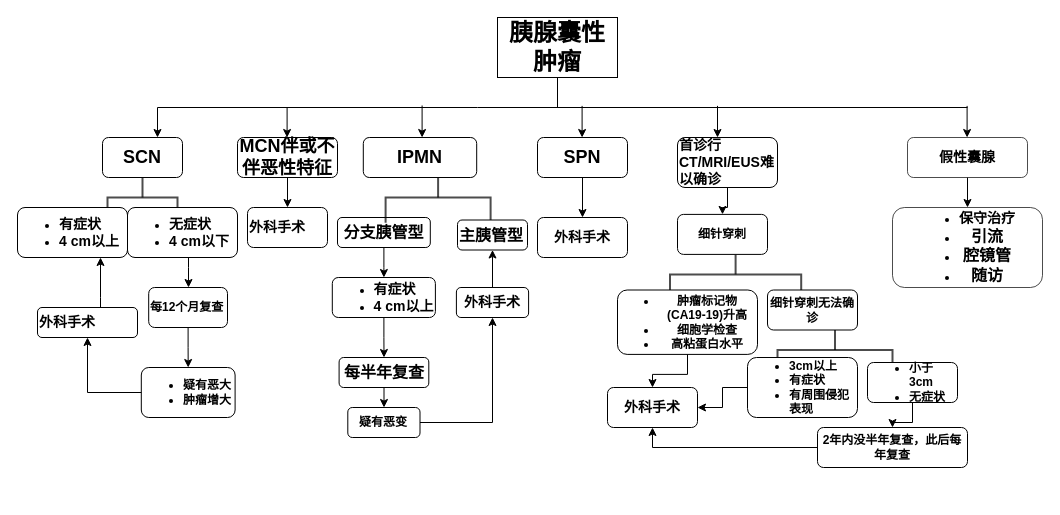
Earlier version of the draw.io diagram Untitled Diagram.drawio (Ericshiqing/Eric). Source tidied: cells renumbered, new cells numbered last; positions are measured from the earlier drawing's top-left corner, leaving out a move shared by most shapes. Both pictures are drawn from the tidied source at 100%, with x=0, y=0 at pixel (17, 17).
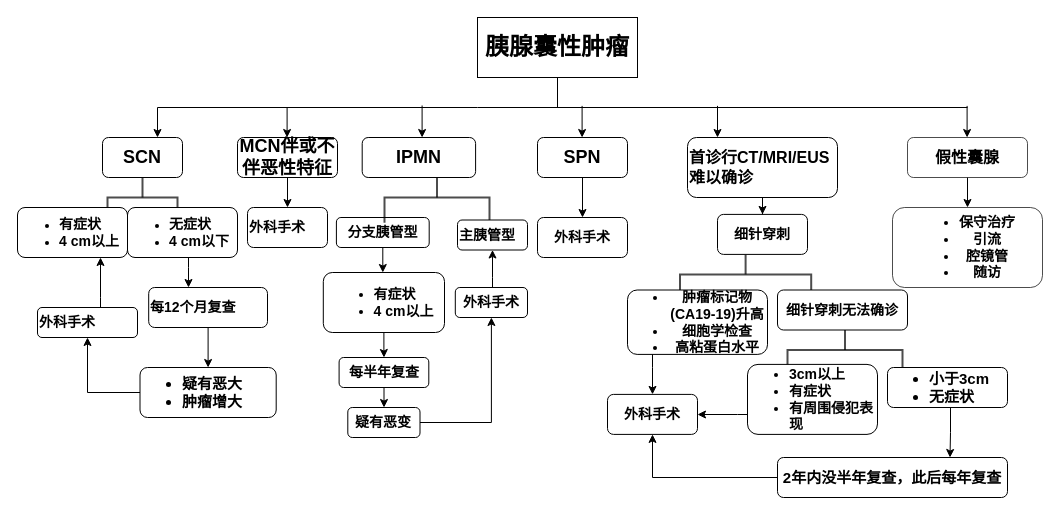
After the change.

The change refers to these unchanged cells:
```xml
<mxCell id="51" value="&lt;b style=&quot;font-size: 14px ; text-align: left&quot;&gt;外科手术&lt;/b&gt;" style="rounded=1;whiteSpace=wrap;html=1;" parent="42" vertex="1">
  <mxGeometry x="118.9" y="150" width="72.2" height="30" as="geometry" />
</mxCell>
<mxCell id="52" style="group;" parent="1" vertex="1">
  <mxGeometry x="520" y="120" width="90" height="120" as="geometry" />
</mxCell>
```

Change to the diagram source:
```diff
@@
     <mxCell id="3" value="&lt;font style=&quot;font-size: 24px&quot;&gt;&lt;b&gt;胰腺囊性肿瘤&lt;/b&gt;&lt;/font&gt;" style="rounded=0;whiteSpace=wrap;html=1;" parent="1" vertex="1">
-      <mxGeometry x="480" width="120" height="60" as="geometry" />
+      <mxGeometry x="460" width="160" height="60" as="geometry" />
     </mxCell>
@@
-    <mxCell id="6" value="&lt;b&gt;&lt;font style=&quot;font-size: 14px&quot;&gt;假性囊腺&lt;/font&gt;&lt;/b&gt;" style="rounded=1;whiteSpace=wrap;html=1;opacity=70;" parent="1" vertex="1">
+    <mxCell id="6" value="&lt;b&gt;&lt;font style=&quot;font-size: 16px&quot;&gt;假性囊腺&lt;/font&gt;&lt;/b&gt;" style="rounded=1;whiteSpace=wrap;html=1;opacity=70;" parent="1" vertex="1">
       <mxGeometry x="890" y="120" width="120" height="40" as="geometry" />
     </mxCell>
@@
-    <mxCell id="10" value="&lt;b&gt;&lt;font style=&quot;font-size: 14px&quot;&gt;首诊行CT/MRI/EUS难以确诊&lt;/font&gt;&lt;/b&gt;" style="rounded=1;whiteSpace=wrap;html=1;align=left;" parent="1" vertex="1">
-      <mxGeometry x="660" y="120" width="100" height="50" as="geometry" />
+    <mxCell id="10" value="&lt;b&gt;&lt;font style=&quot;font-size: 16px&quot;&gt;首诊行CT/MRI/EUS难以确诊&lt;/font&gt;&lt;/b&gt;" style="rounded=1;whiteSpace=wrap;html=1;align=left;" parent="1" vertex="1">
+      <mxGeometry x="670" y="120" width="150" height="60" as="geometry" />
     </mxCell>
@@
     <mxCell id="15" style="group;" parent="1" vertex="1">
-      <mxGeometry x="60" y="120" width="160" height="270" as="geometry" />
+      <mxGeometry x="60" y="120" width="200" height="280" as="geometry" />
     </mxCell>
@@
-    <mxCell id="19" value="&lt;b&gt;每12个月复查&lt;/b&gt;" style="rounded=1;whiteSpace=wrap;html=1;align=left;" parent="15" vertex="1">
-      <mxGeometry x="71.2" y="150" width="78.8" height="40" as="geometry" />
+    <mxCell id="19" value="&lt;b&gt;&lt;font style=&quot;font-size: 14px&quot;&gt;每12个月复查&lt;/font&gt;&lt;/b&gt;" style="rounded=1;whiteSpace=wrap;html=1;align=left;" parent="15" vertex="1">
+      <mxGeometry x="71.2" y="150" width="118.8" height="40" as="geometry" />
     </mxCell>
@@
-    <mxCell id="21" value="&lt;ul&gt;&lt;li&gt;&lt;b&gt;疑有恶大&lt;/b&gt;&lt;/li&gt;&lt;li&gt;&lt;b&gt;肿瘤增大&lt;/b&gt;&lt;/li&gt;&lt;/ul&gt;" style="rounded=1;whiteSpace=wrap;html=1;align=left;" parent="15" vertex="1">
-      <mxGeometry x="63.8" y="230" width="93.8" height="50" as="geometry" />
+    <mxCell id="21" value="&lt;ul style=&quot;font-size: 15px&quot;&gt;&lt;li&gt;&lt;b&gt;疑有恶大&lt;/b&gt;&lt;/li&gt;&lt;li&gt;&lt;b&gt;肿瘤增大&lt;/b&gt;&lt;/li&gt;&lt;/ul&gt;" style="rounded=1;whiteSpace=wrap;html=1;align=left;" parent="15" vertex="1">
+      <mxGeometry x="62.5" y="230" width="136.2" height="50" as="geometry" />
     </mxCell>
@@
     <mxCell id="25" style="group;" parent="1" vertex="1">
-      <mxGeometry x="660" y="196.9" width="180" height="193.1" as="geometry" />
+      <mxGeometry x="670" y="196.9" width="220" height="220" as="geometry" />
     </mxCell>
@@
-    <mxCell id="27" value="&lt;b&gt;细针穿刺&lt;/b&gt;" style="rounded=1;whiteSpace=wrap;html=1;" parent="25" vertex="1">
-      <mxGeometry width="90" height="40" as="geometry" />
+    <mxCell id="27" value="&lt;b&gt;&lt;font style=&quot;font-size: 14px&quot;&gt;细针穿刺&lt;/font&gt;&lt;/b&gt;" style="rounded=1;whiteSpace=wrap;html=1;" parent="25" vertex="1">
+      <mxGeometry x="30" width="90" height="40" as="geometry" />
     </mxCell>
-    <mxCell id="28" value="&lt;ul&gt;&lt;li&gt;&lt;b&gt;肿瘤标记物(CA19-19)升高&lt;/b&gt;&lt;/li&gt;&lt;li&gt;&lt;b&gt;细胞学检查&lt;/b&gt;&lt;/li&gt;&lt;li&gt;&lt;b&gt;高粘蛋白水平&lt;/b&gt;&lt;/li&gt;&lt;/ul&gt;" style="rounded=1;whiteSpace=wrap;html=1;" parent="25" vertex="1">
+    <mxCell id="28" value="&lt;ul style=&quot;font-size: 14px&quot;&gt;&lt;li&gt;&lt;b&gt;肿瘤标记物(CA19-19)升高&lt;/b&gt;&lt;/li&gt;&lt;li&gt;&lt;b&gt;细胞学检查&lt;/b&gt;&lt;/li&gt;&lt;li&gt;&lt;b&gt;高粘蛋白水平&lt;/b&gt;&lt;/li&gt;&lt;/ul&gt;" style="rounded=1;whiteSpace=wrap;html=1;" parent="25" vertex="1">
       <mxGeometry x="-60" y="75.6" width="140" height="64.4" as="geometry" />
     </mxCell>
     <mxCell id="29" style="group;" parent="25" vertex="1">
-      <mxGeometry x="90" y="75.6" width="90" height="117.5" as="geometry" />
+      <mxGeometry x="90" y="75.6" width="130" height="117.5" as="geometry" />
     </mxCell>
@@
-    <mxCell id="31" value="&lt;b&gt;细针穿刺无法确诊&lt;/b&gt;" style="rounded=1;whiteSpace=wrap;html=1;" parent="29" vertex="1">
-      <mxGeometry width="90" height="40" as="geometry" />
+    <mxCell id="31" value="&lt;b&gt;&lt;font style=&quot;font-size: 14px&quot;&gt;细针穿刺无法确诊&lt;/font&gt;&lt;/b&gt;" style="rounded=1;whiteSpace=wrap;html=1;" parent="29" vertex="1">
+      <mxGeometry width="130" height="40" as="geometry" />
     </mxCell>
+    <mxCell id="35" value="&lt;ul style=&quot;font-size: 14px&quot;&gt;&lt;li&gt;&lt;b&gt;3cm以上&lt;/b&gt;&lt;/li&gt;&lt;li&gt;&lt;b&gt;有症状&lt;/b&gt;&lt;/li&gt;&lt;li&gt;&lt;b&gt;有周围侵犯表现&lt;/b&gt;&lt;/li&gt;&lt;/ul&gt;" style="rounded=1;whiteSpace=wrap;html=1;align=left;" parent="25" vertex="1">
+      <mxGeometry x="60" y="150" width="130" height="70" as="geometry" />
+    </mxCell>
     <mxCell id="32" value="&lt;b style=&quot;font-size: 14px ; text-align: left&quot;&gt;外科手术&lt;/b&gt;" style="rounded=1;whiteSpace=wrap;html=1;" parent="1" vertex="1">
-      <mxGeometry x="590" y="370" width="90" height="40" as="geometry" />
+      <mxGeometry x="590" y="376.9" width="90" height="40" as="geometry" />
     </mxCell>
     <mxCell id="33" style="edgeStyle=orthogonalEdgeStyle;rounded=0;jettySize=auto;html=1;" parent="1" edge="1" source="28" target="32">
-      <mxGeometry relative="1" as="geometry" />
+      <mxGeometry relative="1" as="geometry">
+        <Array as="points">
+          <mxPoint x="635" y="350" />
+          <mxPoint x="635" y="350" />
+        </Array>
+      </mxGeometry>
     </mxCell>
     <mxCell id="34" style="edgeStyle=orthogonalEdgeStyle;rounded=0;jettySize=auto;html=1;" parent="1" edge="1" source="35" target="32">
-      <mxGeometry relative="1" as="geometry" />
+      <mxGeometry relative="1" as="geometry">
+        <Array as="points">
+          <mxPoint x="720" y="397" />
+          <mxPoint x="720" y="397" />
+        </Array>
+      </mxGeometry>
     </mxCell>
-    <mxCell id="35" value="&lt;ul&gt;&lt;li&gt;&lt;b&gt;3cm以上&lt;/b&gt;&lt;/li&gt;&lt;li&gt;&lt;b&gt;有症状&lt;/b&gt;&lt;/li&gt;&lt;li&gt;&lt;b&gt;有周围侵犯表现&lt;/b&gt;&lt;/li&gt;&lt;/ul&gt;" style="rounded=1;whiteSpace=wrap;html=1;align=left;" parent="1" vertex="1">
-      <mxGeometry x="730" y="340" width="110" height="60" as="geometry" />
-    </mxCell>
-    <mxCell id="36" style="edgeStyle=orthogonalEdgeStyle;rounded=0;jettySize=auto;html=1;" parent="1" edge="1" source="37" target="39">
-      <mxGeometry relative="1" as="geometry" />
+    <mxCell id="36" style="edgeStyle=orthogonalEdgeStyle;rounded=0;jettySize=auto;html=1;entryX=0.75;entryY=0;entryDx=0;entryDy=0;" parent="1" edge="1" source="37" target="39">
+      <mxGeometry relative="1" as="geometry">
+        <Array as="points">
+          <mxPoint x="933" y="415" />
+          <mxPoint x="933" y="415" />
+        </Array>
+      </mxGeometry>
     </mxCell>
-    <mxCell id="37" value="&lt;ul&gt;&lt;li&gt;&lt;b&gt;小于3cm&lt;/b&gt;&lt;/li&gt;&lt;li&gt;&lt;b&gt;无症状&lt;/b&gt;&lt;/li&gt;&lt;/ul&gt;" style="rounded=1;whiteSpace=wrap;html=1;align=left;" parent="1" vertex="1">
-      <mxGeometry x="850" y="345" width="90" height="40" as="geometry" />
+    <mxCell id="37" value="&lt;ul style=&quot;font-size: 15px&quot;&gt;&lt;li&gt;&lt;b&gt;小于3cm&lt;/b&gt;&lt;/li&gt;&lt;li&gt;&lt;b&gt;无症状&lt;/b&gt;&lt;/li&gt;&lt;/ul&gt;" style="rounded=1;whiteSpace=wrap;html=1;align=left;" parent="1" vertex="1">
+      <mxGeometry x="870" y="350" width="120" height="40" as="geometry" />
     </mxCell>
@@
-    <mxCell id="39" value="&lt;b&gt;2年内没半年复查，此后每年复查&lt;/b&gt;" style="rounded=1;whiteSpace=wrap;html=1;" parent="1" vertex="1">
-      <mxGeometry x="800" y="410" width="150" height="40" as="geometry" />
+    <mxCell id="39" value="&lt;b&gt;&lt;font style=&quot;font-size: 15px&quot;&gt;2年内没半年复查，此后每年复查&lt;/font&gt;&lt;/b&gt;" style="rounded=1;whiteSpace=wrap;html=1;" parent="1" vertex="1">
+      <mxGeometry x="760" y="440" width="230" height="40" as="geometry" />
     </mxCell>
@@
-    <mxCell id="41" value="&lt;ul&gt;&lt;li&gt;&lt;b&gt;&lt;font style=&quot;font-size: 14px&quot;&gt;保守治疗&lt;/font&gt;&lt;/b&gt;&lt;/li&gt;&lt;li&gt;&lt;b&gt;&lt;font size=&quot;3&quot;&gt;引流&lt;/font&gt;&lt;/b&gt;&lt;/li&gt;&lt;li&gt;&lt;b&gt;&lt;font size=&quot;3&quot;&gt;腔镜管&lt;/font&gt;&lt;/b&gt;&lt;/li&gt;&lt;li&gt;&lt;b&gt;&lt;font size=&quot;3&quot;&gt;随访&lt;/font&gt;&lt;/b&gt;&lt;/li&gt;&lt;/ul&gt;" style="rounded=1;whiteSpace=wrap;html=1;opacity=70;" parent="1" vertex="1">
+    <mxCell id="41" value="&lt;ul style=&quot;font-size: 14px&quot;&gt;&lt;li&gt;&lt;b&gt;&lt;font style=&quot;font-size: 14px&quot;&gt;保守治疗&lt;/font&gt;&lt;/b&gt;&lt;/li&gt;&lt;li&gt;&lt;b&gt;&lt;font style=&quot;font-size: 14px&quot;&gt;引流&lt;/font&gt;&lt;/b&gt;&lt;/li&gt;&lt;li&gt;&lt;b&gt;&lt;font style=&quot;font-size: 14px&quot;&gt;腔镜管&lt;/font&gt;&lt;/b&gt;&lt;/li&gt;&lt;li&gt;&lt;b&gt;&lt;font style=&quot;font-size: 14px&quot;&gt;随访&lt;/font&gt;&lt;/b&gt;&lt;/li&gt;&lt;/ul&gt;" style="rounded=1;whiteSpace=wrap;html=1;opacity=70;" parent="1" vertex="1">
       <mxGeometry x="875" y="190" width="150" height="80" as="geometry" />
     </mxCell>
     <mxCell id="42" style="group;" parent="1" vertex="1">
-      <mxGeometry x="320" y="120" width="191.1" height="260" as="geometry" />
+      <mxGeometry x="318.9" y="120" width="191.1" height="260" as="geometry" />
     </mxCell>
-    <mxCell id="43" value="&lt;font size=&quot;3&quot;&gt;&lt;b&gt;分支胰管型&lt;/b&gt;&lt;/font&gt;" style="rounded=1;whiteSpace=wrap;html=1;" parent="42" vertex="1">
+    <mxCell id="43" value="&lt;b&gt;&lt;font style=&quot;font-size: 14px&quot;&gt;分支胰管型&lt;/font&gt;&lt;/b&gt;" style="rounded=1;whiteSpace=wrap;html=1;" parent="42" vertex="1">
       <mxGeometry y="80" width="92.8" height="30" as="geometry" />
     </mxCell>
-    <mxCell id="44" value="&lt;ul style=&quot;text-align: left&quot;&gt;&lt;li&gt;&lt;font style=&quot;font-size: 14px&quot;&gt;&lt;b&gt;有症状&lt;/b&gt;&lt;/font&gt;&lt;/li&gt;&lt;li&gt;&lt;font style=&quot;font-size: 14px&quot;&gt;&lt;b&gt;4 cm以上&lt;/b&gt;&lt;/font&gt;&lt;/li&gt;&lt;/ul&gt;" style="rounded=1;whiteSpace=wrap;html=1;" parent="42" vertex="1">
-      <mxGeometry x="-5.2" y="140" width="103.1" height="40" as="geometry" />
+    <mxCell id="44" value="&lt;ul style=&quot;text-align: left ; font-size: 14px&quot;&gt;&lt;li&gt;&lt;font style=&quot;font-size: 14px&quot;&gt;&lt;b&gt;有症状&lt;/b&gt;&lt;/font&gt;&lt;/li&gt;&lt;li&gt;&lt;font style=&quot;font-size: 14px&quot;&gt;&lt;b&gt;4 cm以上&lt;/b&gt;&lt;/font&gt;&lt;/li&gt;&lt;/ul&gt;" style="rounded=1;whiteSpace=wrap;html=1;" parent="42" vertex="1">
+      <mxGeometry x="-13.1" y="135" width="121.2" height="60" as="geometry" />
     </mxCell>
     <mxCell id="45" style="edgeStyle=orthogonalEdgeStyle;rounded=0;jettySize=auto;html=1;" parent="42" edge="1" source="43" target="44">
-      <mxGeometry x="20.6" as="geometry" />
+      <mxGeometry x="20.6" as="geometry">
+        <Array as="points">
+          <mxPoint x="46" y="130" />
+          <mxPoint x="47" y="130" />
+        </Array>
+      </mxGeometry>
     </mxCell>
-    <mxCell id="46" value="&lt;font size=&quot;3&quot;&gt;&lt;b&gt;每半年复查&lt;/b&gt;&lt;/font&gt;" style="rounded=1;whiteSpace=wrap;html=1;" parent="42" vertex="1">
-      <mxGeometry x="1.6" y="220" width="89.7" height="30" as="geometry" />
+    <mxCell id="46" value="&lt;b&gt;&lt;font style=&quot;font-size: 14px&quot;&gt;每半年复查&lt;/font&gt;&lt;/b&gt;" style="rounded=1;whiteSpace=wrap;html=1;" parent="42" vertex="1">
+      <mxGeometry x="2.7" y="220" width="89.7" height="30" as="geometry" />
     </mxCell>
@@
-    <mxCell id="54" value="&lt;b style=&quot;font-size: 14px ; text-align: left&quot;&gt;外科手术&lt;/b&gt;" style="rounded=1;whiteSpace=wrap;html=1;" parent="52" vertex="1">
+    <mxCell id="54" value="&lt;b style=&quot;text-align: left&quot;&gt;&lt;font style=&quot;font-size: 14px&quot;&gt;外科手术&lt;/font&gt;&lt;/b&gt;" style="rounded=1;whiteSpace=wrap;html=1;" parent="52" vertex="1">
       <mxGeometry y="80" width="90" height="40" as="geometry" />
     </mxCell>
@@
-    <mxCell id="62" value="&lt;font size=&quot;3&quot;&gt;&lt;b&gt;主胰管型&lt;/b&gt;&lt;/font&gt;" style="rounded=1;whiteSpace=wrap;html=1;align=left;" parent="1" vertex="1">
+    <mxCell id="62" value="&lt;b&gt;&lt;font style=&quot;font-size: 14px&quot;&gt;主胰管型&lt;/font&gt;&lt;/b&gt;" style="rounded=1;whiteSpace=wrap;html=1;align=left;" parent="1" vertex="1">
       <mxGeometry x="440" y="202.5" width="70" height="30" as="geometry" />
     </mxCell>
     <mxCell id="63" style="edgeStyle=orthogonalEdgeStyle;rounded=0;jettySize=auto;html=1;" parent="1" edge="1" source="51" target="62">
-      <mxGeometry relative="1" as="geometry" />
+      <mxGeometry relative="1" as="geometry">
+        <Array as="points">
+          <mxPoint x="475" y="260" />
+          <mxPoint x="475" y="260" />
+        </Array>
+      </mxGeometry>
     </mxCell>
@@
-    <mxCell id="65" value="&lt;b&gt;疑有恶变&lt;/b&gt;" style="rounded=1;whiteSpace=wrap;html=1;" parent="1" vertex="1">
+    <mxCell id="65" value="&lt;b&gt;&lt;font style=&quot;font-size: 14px&quot;&gt;疑有恶变&lt;/font&gt;&lt;/b&gt;" style="rounded=1;whiteSpace=wrap;html=1;" parent="1" vertex="1">
       <mxGeometry x="330.3" y="390" width="72.2" height="30" as="geometry" />
     </mxCell>
```
